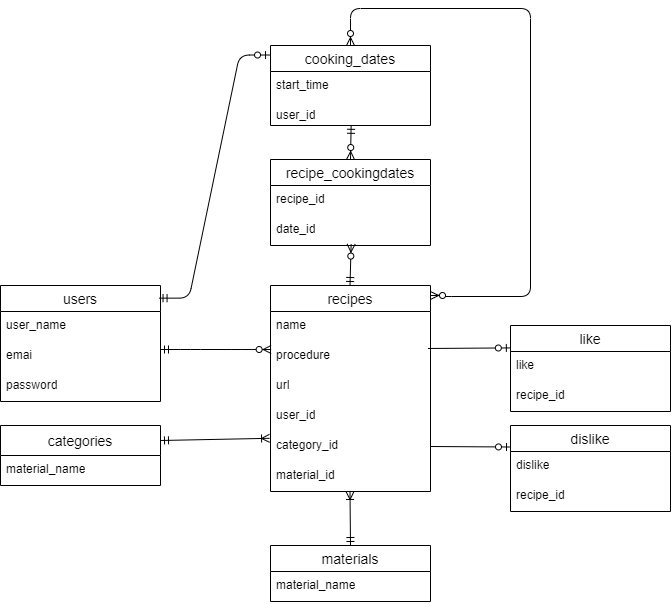
Earlier version of the draw.io export ER.drawio.png (akina0302/MyRecipe). Source tidied: cells renumbered, new cells last; positions are measured from the earlier drawing's top-left corner, leaving out a move shared by most shapes.
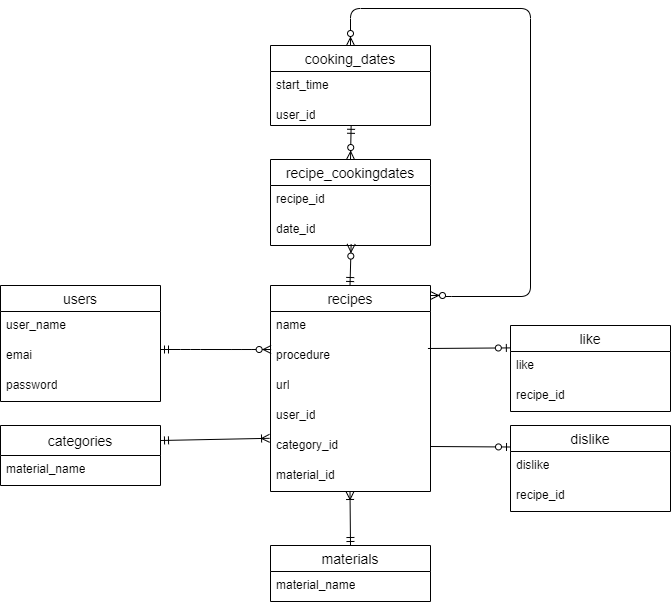
After the commit.

Commit message:
update ERdrawio,REDME

Diff of the diagram source:
```diff
@@ -100,13 +100,6 @@
         <mxPoint x="349.5" y="483" as="targetPoint" />
       </mxGeometry>
     </mxCell>
-    <mxCell id="31" style="fontSize=12;html=1;endArrow=ERzeroToOne;startArrow=ERmandOne;edgeStyle=entityRelationEdgeStyle;entryX=-0.006;entryY=0.119;entryDx=0;entryDy=0;entryPerimeter=0;elbow=vertical;exitX=0.991;exitY=0.109;exitDx=0;exitDy=0;exitPerimeter=0;" parent="1" edge="1" source="2" target="16">
-      <mxGeometry relative="1" as="geometry">
-        <Array as="points">
-          <mxPoint x="250" y="137" />
-        </Array>
-      </mxGeometry>
-    </mxCell>
     <mxCell id="32" value="recipe_cookingdates" style="swimlane;fontStyle=0;horizontal=1;startSize=26;align=center;fontSize=14;" parent="1" vertex="1">
       <mxGeometry x="270" y="151" width="160" height="86" as="geometry" />
     </mxCell>
```
